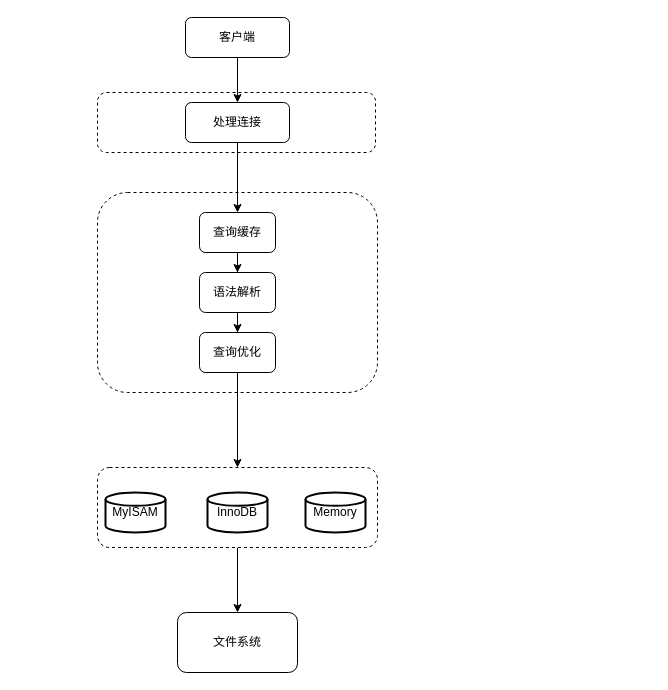
bu0207/picx-images-hosting keeps this draw.io diagram as test.drawio. Above is the earlier version. Source tidied: cells renumbered, new cells numbered last; positions are measured from the earlier drawing's top-left corner, leaving out a move shared by most shapes. Both pictures are drawn from the tidied source at 100%, with x=0, y=0 at pixel (97, 17).
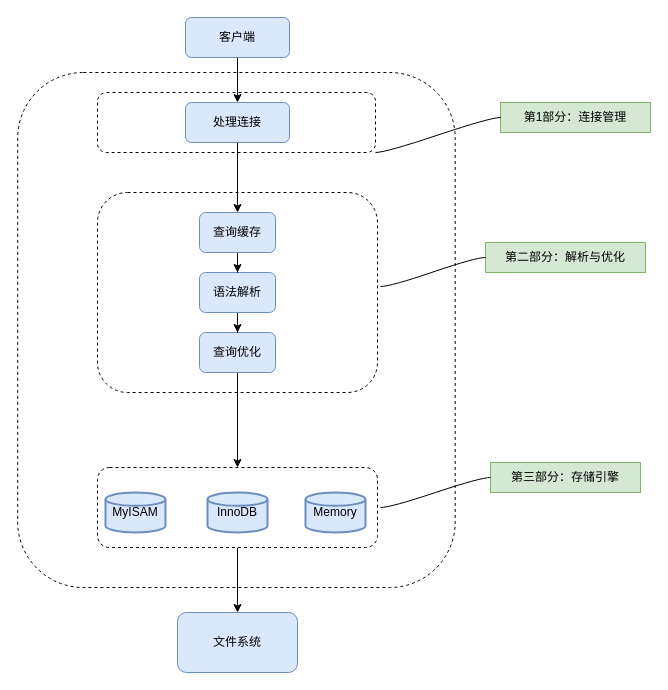
After the change.

The edit, as a diff of the source:
```diff
@@
+    <mxCell id="20" style="rounded=1;whiteSpace=wrap;html=1;dashed=1;" parent="1" vertex="1">
+      <mxGeometry x="-79.8" y="55" width="437.5" height="515" as="geometry" />
+    </mxCell>
@@
-    <mxCell id="5" value="处理连接" style="rounded=1;whiteSpace=wrap;html=1;" parent="1" vertex="1">
+    <mxCell id="5" value="处理连接" style="rounded=1;whiteSpace=wrap;html=1;fillColor=#dae8fc;strokeColor=#6c8ebf;" parent="1" vertex="1">
       <mxGeometry x="88" y="85" width="104" height="40" as="geometry" />
     </mxCell>
@@
-    <mxCell id="7" value="查询优化" style="rounded=1;whiteSpace=wrap;html=1;" parent="1" vertex="1">
+    <mxCell id="7" value="查询优化" style="rounded=1;whiteSpace=wrap;html=1;fillColor=#dae8fc;strokeColor=#6c8ebf;" parent="1" vertex="1">
       <mxGeometry x="102" y="315" width="76" height="40" as="geometry" />
     </mxCell>
@@
-    <mxCell id="9" value="语法解析" style="rounded=1;whiteSpace=wrap;html=1;" parent="1" vertex="1">
+    <mxCell id="9" value="语法解析" style="rounded=1;whiteSpace=wrap;html=1;fillColor=#dae8fc;strokeColor=#6c8ebf;" parent="1" vertex="1">
       <mxGeometry x="102" y="255" width="76" height="40" as="geometry" />
     </mxCell>
@@
-    <mxCell id="11" value="查询缓存" style="rounded=1;whiteSpace=wrap;html=1;" parent="1" vertex="1">
+    <mxCell id="11" value="查询缓存" style="rounded=1;whiteSpace=wrap;html=1;fillColor=#dae8fc;strokeColor=#6c8ebf;" parent="1" vertex="1">
       <mxGeometry x="102" y="195" width="76" height="40" as="geometry" />
     </mxCell>
@@
-    <mxCell id="14" value="MyISAM" style="strokeWidth=2;html=1;shape=mxgraph.flowchart.database;whiteSpace=wrap;" parent="1" vertex="1">
+    <mxCell id="14" value="MyISAM" style="strokeWidth=2;html=1;shape=mxgraph.flowchart.database;whiteSpace=wrap;fillColor=#dae8fc;strokeColor=#6c8ebf;" parent="1" vertex="1">
       <mxGeometry x="8" y="475" width="60" height="40" as="geometry" />
     </mxCell>
-    <mxCell id="15" value="InnoDB" style="strokeWidth=2;html=1;shape=mxgraph.flowchart.database;whiteSpace=wrap;" parent="1" vertex="1">
+    <mxCell id="15" value="InnoDB" style="strokeWidth=2;html=1;shape=mxgraph.flowchart.database;whiteSpace=wrap;fillColor=#dae8fc;strokeColor=#6c8ebf;" parent="1" vertex="1">
       <mxGeometry x="110" y="475" width="60" height="40" as="geometry" />
     </mxCell>
-    <mxCell id="16" value="Memory" style="strokeWidth=2;html=1;shape=mxgraph.flowchart.database;whiteSpace=wrap;" parent="1" vertex="1">
+    <mxCell id="16" value="Memory" style="strokeWidth=2;html=1;shape=mxgraph.flowchart.database;whiteSpace=wrap;fillColor=#dae8fc;strokeColor=#6c8ebf;" parent="1" vertex="1">
       <mxGeometry x="208" y="475" width="60" height="40" as="geometry" />
     </mxCell>
@@
-    <mxCell id="18" value="客户端" style="rounded=1;whiteSpace=wrap;html=1;" parent="1" vertex="1">
+    <mxCell id="18" value="客户端" style="rounded=1;whiteSpace=wrap;html=1;fillColor=#dae8fc;strokeColor=#6c8ebf;" parent="1" vertex="1">
       <mxGeometry x="88" width="104" height="40" as="geometry" />
     </mxCell>
-    <mxCell id="19" value="文件系统" style="whiteSpace=wrap;html=1;rounded=1;labelBackgroundColor=none;" parent="1" vertex="1">
+    <mxCell id="19" value="文件系统" style="whiteSpace=wrap;html=1;rounded=1;labelBackgroundColor=none;fillColor=#dae8fc;strokeColor=#6c8ebf;" parent="1" vertex="1">
       <mxGeometry x="80" y="595" width="120" height="60" as="geometry" />
     </mxCell>
+    <mxCell id="21" value="第1部分：连接管理" style="whiteSpace=wrap;html=1;rounded=1;arcSize=0;align=center;verticalAlign=middle;strokeWidth=1;spacing=4;newEdgeStyle={&quot;edgeStyle&quot;:&quot;entityRelationEdgeStyle&quot;,&quot;startArrow&quot;:&quot;none&quot;,&quot;endArrow&quot;:&quot;none&quot;,&quot;segment&quot;:10,&quot;curved&quot;:1,&quot;sourcePerimeterSpacing&quot;:0,&quot;targetPerimeterSpacing&quot;:0};fillColor=#d5e8d4;strokeColor=#82b366;" parent="1" vertex="1" collapsed="1">
+      <mxGeometry x="403" y="85" width="150" height="30" as="geometry" />
+    </mxCell>
+    <mxCell id="22" style="edgeStyle=entityRelationEdgeStyle;startArrow=none;endArrow=none;segment=10;curved=1;sourcePerimeterSpacing=0;targetPerimeterSpacing=0;rounded=0;" parent="1" edge="1" target="21">
+      <mxGeometry relative="1" as="geometry">
+        <mxPoint x="278" y="135" as="sourcePoint" />
+        <Array as="points">
+          <mxPoint x="328" y="85" />
+        </Array>
+      </mxGeometry>
+    </mxCell>
+    <mxCell id="23" value="第二部分：解析与优化" style="whiteSpace=wrap;html=1;rounded=1;arcSize=0;align=center;verticalAlign=middle;strokeWidth=1;spacing=4;newEdgeStyle={&quot;edgeStyle&quot;:&quot;entityRelationEdgeStyle&quot;,&quot;startArrow&quot;:&quot;none&quot;,&quot;endArrow&quot;:&quot;none&quot;,&quot;segment&quot;:10,&quot;curved&quot;:1,&quot;sourcePerimeterSpacing&quot;:0,&quot;targetPerimeterSpacing&quot;:0};fillColor=#d5e8d4;strokeColor=#82b366;" parent="1" vertex="1">
+      <mxGeometry x="388" y="225" width="160" height="30" as="geometry" />
+    </mxCell>
+    <mxCell id="24" style="edgeStyle=entityRelationEdgeStyle;startArrow=none;endArrow=none;segment=10;curved=1;sourcePerimeterSpacing=0;targetPerimeterSpacing=0;rounded=0;" parent="1" edge="1" target="23">
+      <mxGeometry relative="1" as="geometry">
+        <mxPoint x="283" y="269" as="sourcePoint" />
+      </mxGeometry>
+    </mxCell>
+    <mxCell id="25" value="第三部分：存储引擎" style="whiteSpace=wrap;html=1;rounded=1;arcSize=0;align=center;verticalAlign=middle;strokeWidth=1;spacing=4;newEdgeStyle={&quot;edgeStyle&quot;:&quot;entityRelationEdgeStyle&quot;,&quot;startArrow&quot;:&quot;none&quot;,&quot;endArrow&quot;:&quot;none&quot;,&quot;segment&quot;:10,&quot;curved&quot;:1,&quot;sourcePerimeterSpacing&quot;:0,&quot;targetPerimeterSpacing&quot;:0};fillColor=#d5e8d4;strokeColor=#82b366;" parent="1" vertex="1">
+      <mxGeometry x="393" y="445" width="150" height="30" as="geometry" />
+    </mxCell>
+    <mxCell id="26" style="edgeStyle=entityRelationEdgeStyle;startArrow=none;endArrow=none;segment=10;curved=1;sourcePerimeterSpacing=0;targetPerimeterSpacing=0;rounded=0;" parent="1" edge="1" target="25">
+      <mxGeometry relative="1" as="geometry">
+        <mxPoint x="283" y="490" as="sourcePoint" />
+      </mxGeometry>
+    </mxCell>
```
